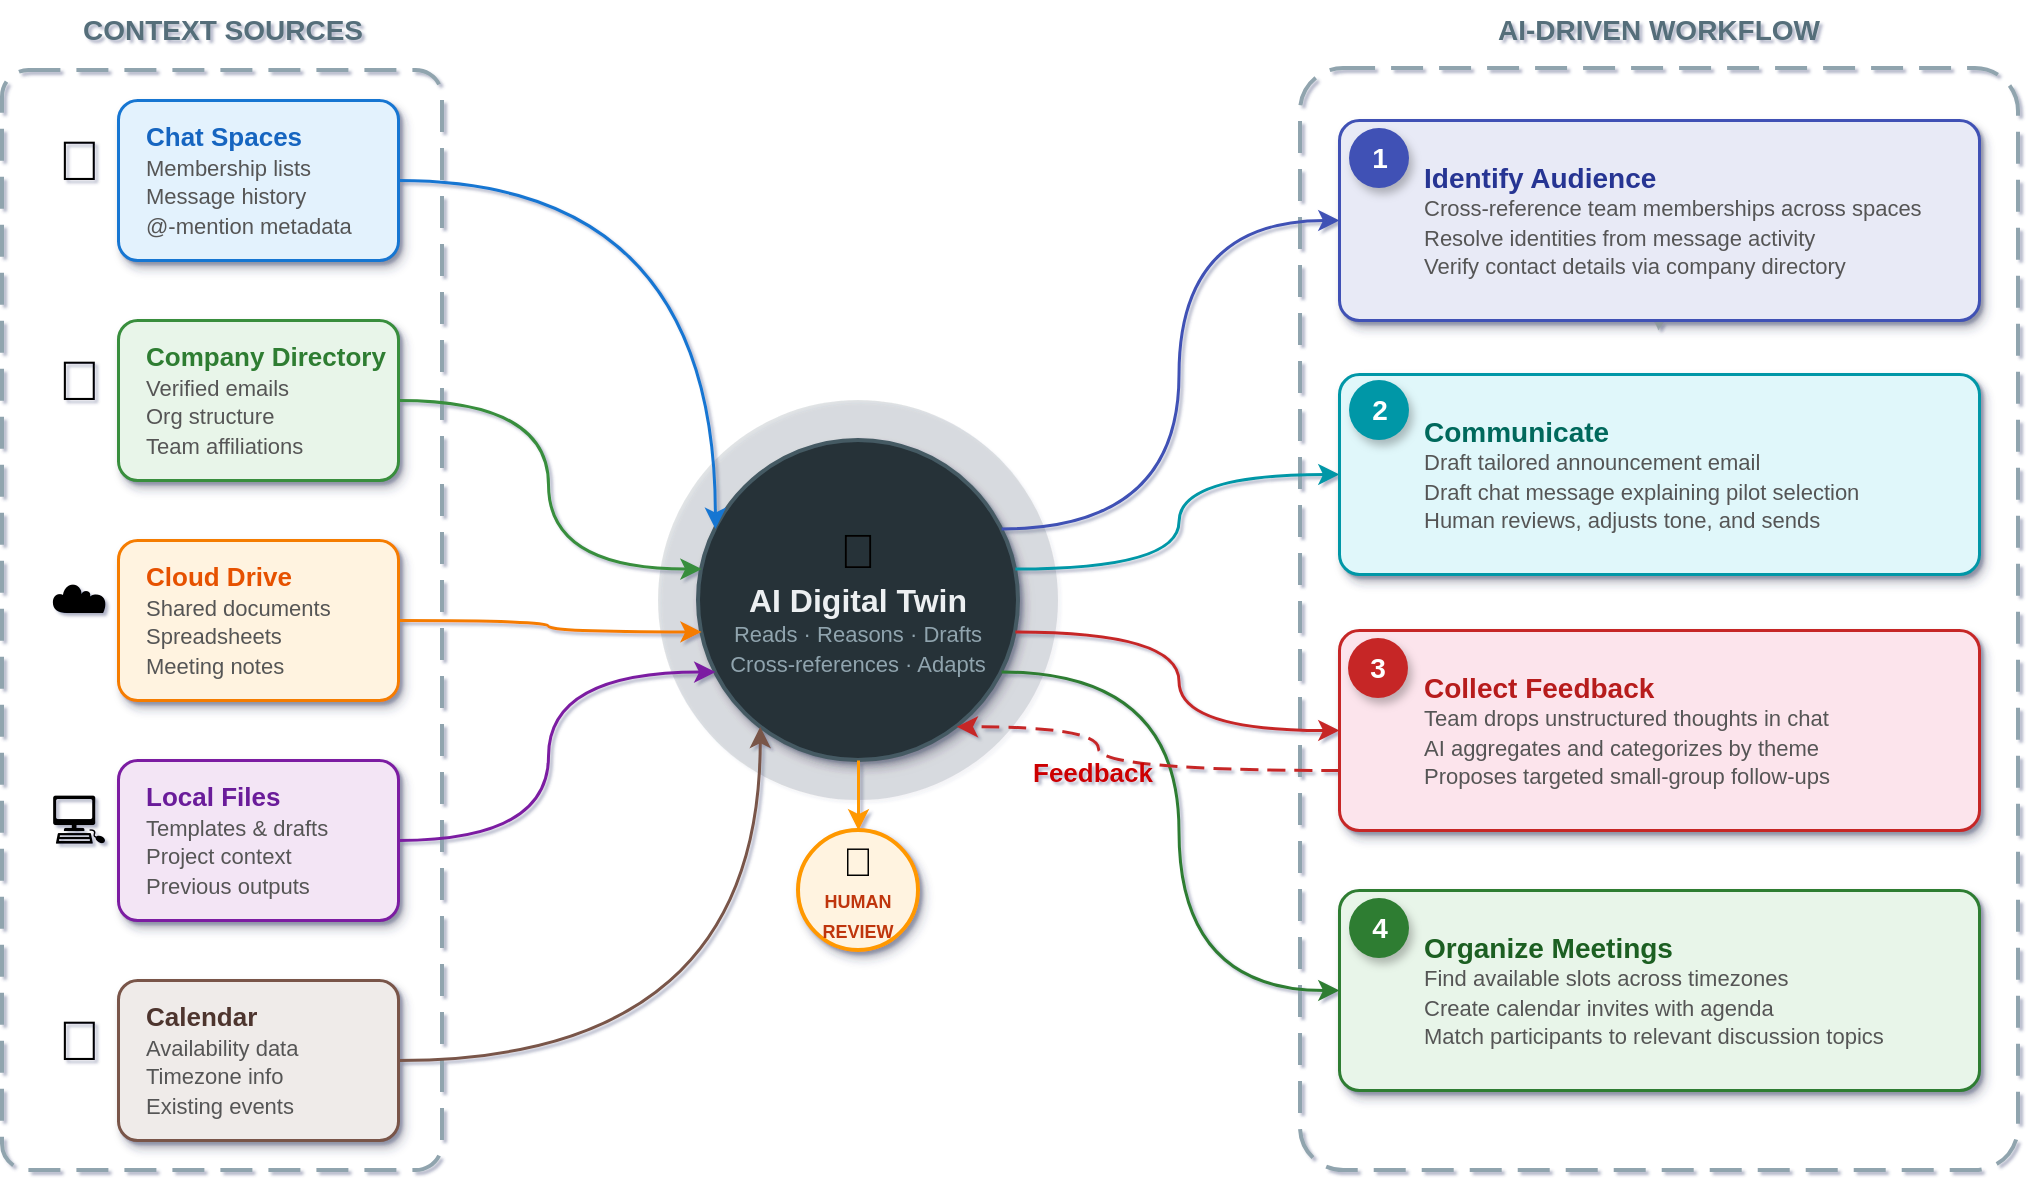
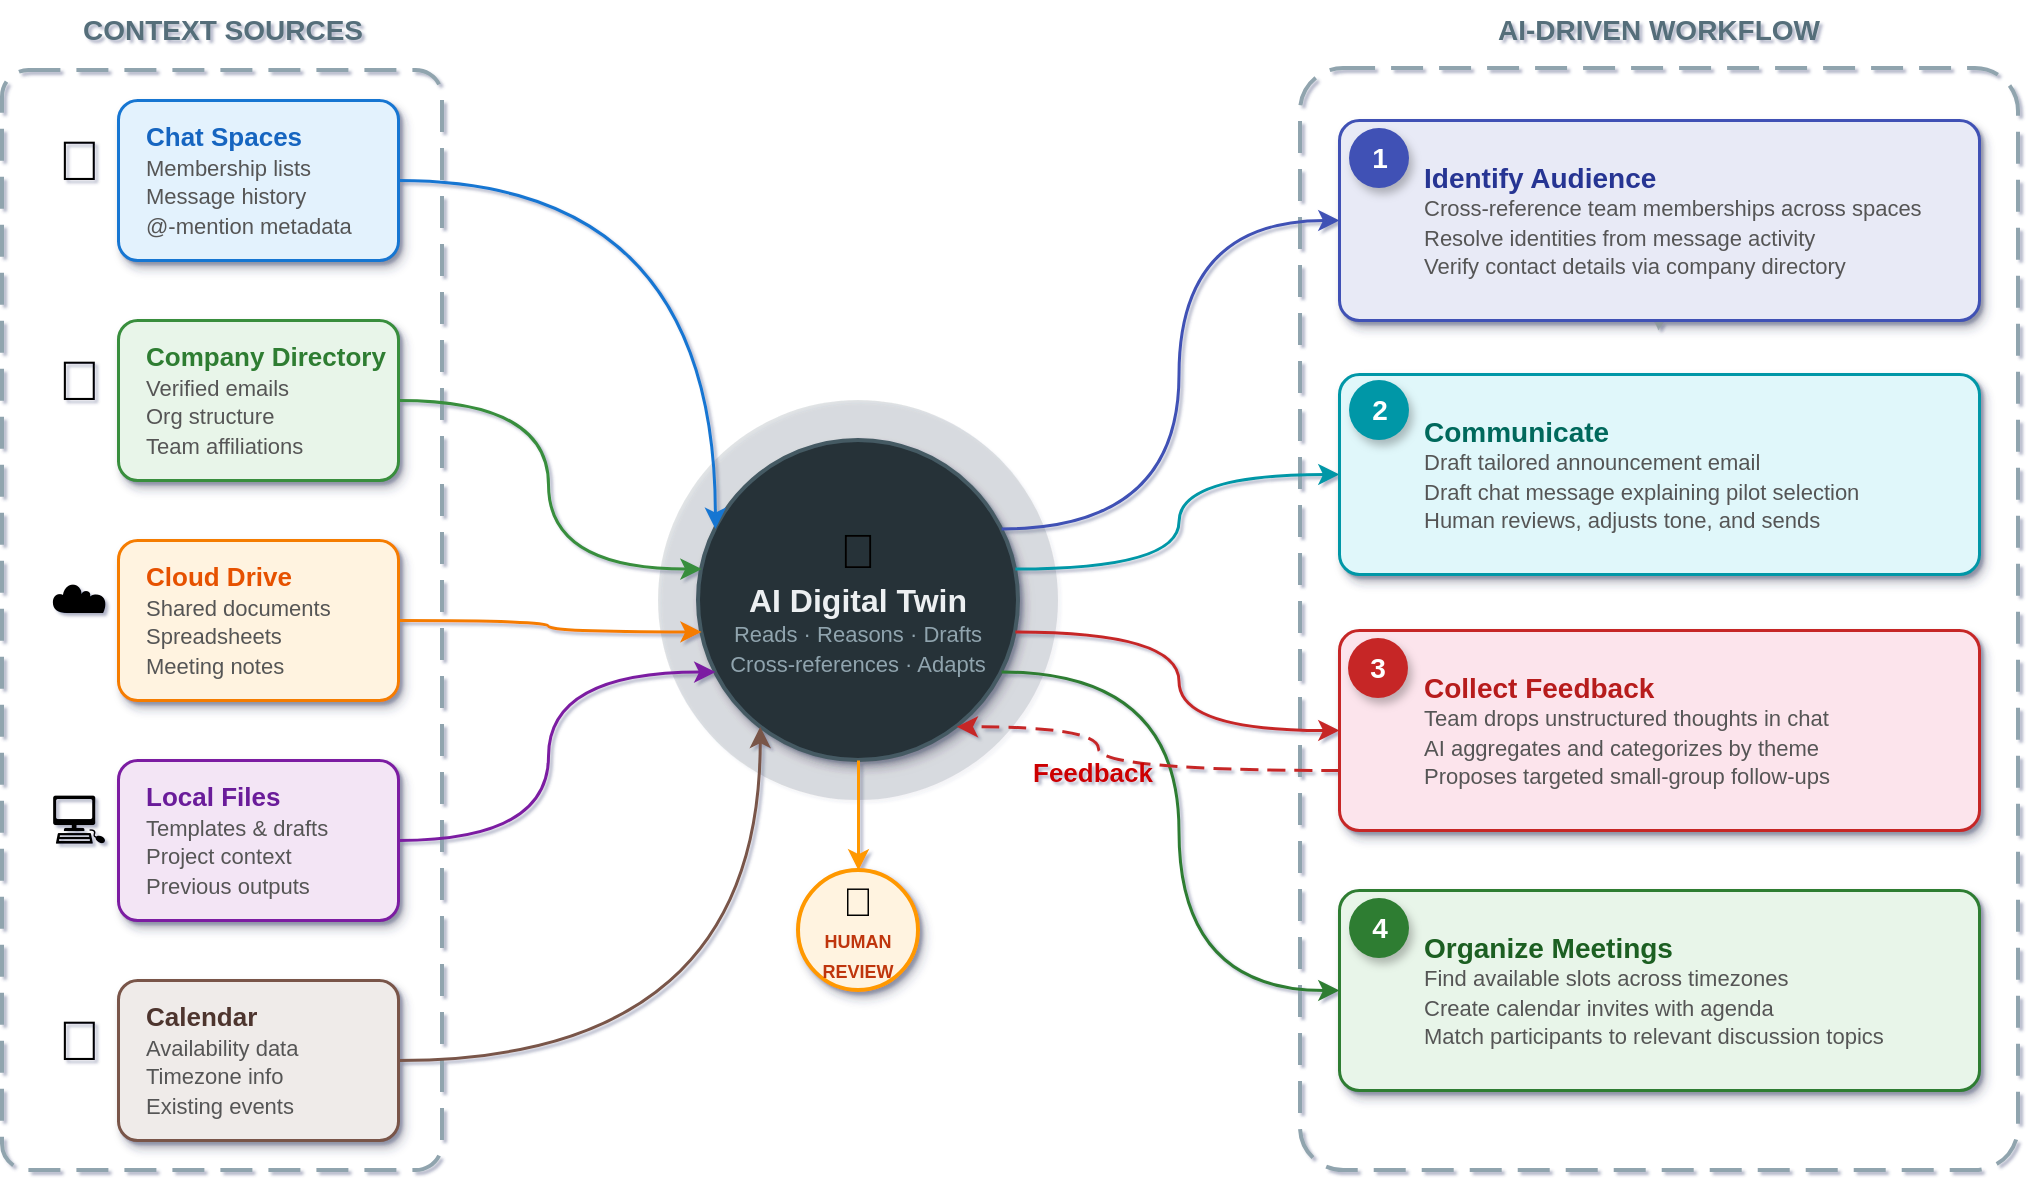
<mxfile host="app.diagrams.net" agent="Claude Code">
  <diagram name="AI Workflow" id="ai-workflow-training-pilot">
    <mxGraphModel dx="1414" dy="760" grid="1" gridSize="10" guides="1" tooltips="1" connect="1" arrows="1" fold="1" page="1" pageScale="1" pageWidth="1400" pageHeight="700" math="0" shadow="1">
      <root>
        <mxCell id="0" />
        <mxCell id="1" parent="0" />
        <mxCell id="ctx-container" parent="1" style="rounded=1;whiteSpace=wrap;html=1;fillColor=none;strokeColor=#90A4AE;strokeWidth=2;dashed=1;dashPattern=8 4;arcSize=6;" value="" vertex="1">
          <mxGeometry height="550" width="220" x="42" y="60" as="geometry" />
        </mxCell>
        <mxCell id="ctx-label" parent="1" style="text;html=1;align=center;verticalAlign=middle;resizable=0;points=[];autosize=1;strokeColor=none;fillColor=none;fontStyle=1;fontSize=14;fontColor=#546E7A;letterSpacing=2;" value="CONTEXT SOURCES" vertex="1">
          <mxGeometry height="30" width="160" x="72" y="25" as="geometry" />
        </mxCell>
        <mxCell id="ctx-chat-icon" parent="1" style="text;html=1;align=center;verticalAlign=middle;resizable=0;points=[];autosize=1;strokeColor=none;fillColor=none;fontSize=28;" value="💬" vertex="1">
          <mxGeometry height="50" width="50" x="55" y="80" as="geometry" />
        </mxCell>
        <mxCell id="ctx-chat" parent="1" style="rounded=1;whiteSpace=wrap;html=1;fillColor=#E3F2FD;strokeColor=#1976D2;strokeWidth=1.5;arcSize=12;shadow=1;align=left;spacingLeft=12;verticalAlign=middle;" value="&lt;b style=&#39;font-size:13px;color:#1565C0&#39;&gt;Chat Spaces&lt;/b&gt;&lt;br&gt;&lt;span style=&#39;font-size:11px;color:#555&#39;&gt;Membership lists&lt;br&gt;Message history&lt;br&gt;@-mention metadata&lt;/span&gt;" vertex="1">
          <mxGeometry height="80" width="140" x="100" y="75" as="geometry" />
        </mxCell>
        <mxCell id="ctx-dir-icon" parent="1" style="text;html=1;align=center;verticalAlign=middle;resizable=0;points=[];autosize=1;strokeColor=none;fillColor=none;fontSize=28;" value="📇" vertex="1">
          <mxGeometry height="50" width="50" x="55" y="190" as="geometry" />
        </mxCell>
        <mxCell id="ctx-dir" parent="1" style="rounded=1;whiteSpace=wrap;html=1;fillColor=#E8F5E9;strokeColor=#388E3C;strokeWidth=1.5;arcSize=12;shadow=1;align=left;spacingLeft=12;verticalAlign=middle;" value="&lt;b style=&#39;font-size:13px;color:#2E7D32&#39;&gt;Company Directory&lt;/b&gt;&lt;br&gt;&lt;span style=&#39;font-size:11px;color:#555&#39;&gt;Verified emails&lt;br&gt;Org structure&lt;br&gt;Team affiliations&lt;/span&gt;" vertex="1">
          <mxGeometry height="80" width="140" x="100" y="185" as="geometry" />
        </mxCell>
        <mxCell id="ctx-drive-icon" parent="1" style="text;html=1;align=center;verticalAlign=middle;resizable=0;points=[];autosize=1;strokeColor=none;fillColor=none;fontSize=28;" value="☁️" vertex="1">
          <mxGeometry height="50" width="50" x="55" y="300" as="geometry" />
        </mxCell>
        <mxCell id="ctx-drive" parent="1" style="rounded=1;whiteSpace=wrap;html=1;fillColor=#FFF3E0;strokeColor=#F57C00;strokeWidth=1.5;arcSize=12;shadow=1;align=left;spacingLeft=12;verticalAlign=middle;" value="&lt;b style=&#39;font-size:13px;color:#E65100&#39;&gt;Cloud Drive&lt;/b&gt;&lt;br&gt;&lt;span style=&#39;font-size:11px;color:#555&#39;&gt;Shared documents&lt;br&gt;Spreadsheets&lt;br&gt;Meeting notes&lt;/span&gt;" vertex="1">
          <mxGeometry height="80" width="140" x="100" y="295" as="geometry" />
        </mxCell>
        <mxCell id="ctx-local-icon" parent="1" style="text;html=1;align=center;verticalAlign=middle;resizable=0;points=[];autosize=1;strokeColor=none;fillColor=none;fontSize=28;" value="💻" vertex="1">
          <mxGeometry height="50" width="50" x="55" y="410" as="geometry" />
        </mxCell>
        <mxCell id="ctx-local" parent="1" style="rounded=1;whiteSpace=wrap;html=1;fillColor=#F3E5F5;strokeColor=#7B1FA2;strokeWidth=1.5;arcSize=12;shadow=1;align=left;spacingLeft=12;verticalAlign=middle;" value="&lt;b style=&#39;font-size:13px;color:#6A1B9A&#39;&gt;Local Files&lt;/b&gt;&lt;br&gt;&lt;span style=&#39;font-size:11px;color:#555&#39;&gt;Templates &amp; drafts&lt;br&gt;Project context&lt;br&gt;Previous outputs&lt;/span&gt;" vertex="1">
          <mxGeometry height="80" width="140" x="100" y="405" as="geometry" />
        </mxCell>
        <mxCell id="ctx-cal-icon" parent="1" style="text;html=1;align=center;verticalAlign=middle;resizable=0;points=[];autosize=1;strokeColor=none;fillColor=none;fontSize=28;" value="📅" vertex="1">
          <mxGeometry height="50" width="50" x="55" y="520" as="geometry" />
        </mxCell>
        <mxCell id="ctx-cal" parent="1" style="rounded=1;whiteSpace=wrap;html=1;fillColor=#EFEBE9;strokeColor=#795548;strokeWidth=1.5;arcSize=12;shadow=1;align=left;spacingLeft=12;verticalAlign=middle;" value="&lt;b style=&#39;font-size:13px;color:#4E342E&#39;&gt;Calendar&lt;/b&gt;&lt;br&gt;&lt;span style=&#39;font-size:11px;color:#555&#39;&gt;Availability data&lt;br&gt;Timezone info&lt;br&gt;Existing events&lt;/span&gt;" vertex="1">
          <mxGeometry height="80" width="140" x="100" y="515" as="geometry" />
        </mxCell>
        <mxCell id="ai-glow" parent="1" style="ellipse;whiteSpace=wrap;html=1;fillColor=#37474F;strokeColor=none;opacity=15;" value="" vertex="1">
          <mxGeometry height="200" width="200" x="370" y="225" as="geometry" />
        </mxCell>
        <mxCell id="ai" parent="1" style="ellipse;whiteSpace=wrap;html=1;fillColor=#263238;strokeColor=#455A64;strokeWidth=2;shadow=1;" value="&lt;span style=&#39;font-size:24px&#39;&gt;🤖&lt;/span&gt;&lt;br&gt;&lt;b style=&#39;font-size:16px;color:#ECEFF1&#39;&gt;AI Digital Twin&lt;/b&gt;&lt;br&gt;&lt;span style=&#39;font-size:11px;color:#90A4AE&#39;&gt;Reads · Reasons · Drafts&lt;br&gt;Cross-references · Adapts&lt;/span&gt;" vertex="1">
          <mxGeometry height="160" width="160" x="390" y="245" as="geometry" />
        </mxCell>
        <mxCell id="human" parent="1" style="ellipse;whiteSpace=wrap;html=1;fillColor=#FFF3E0;strokeColor=#FF9800;strokeWidth=2;shadow=1;" value="&lt;span style=&#39;font-size:20px&#39;&gt;👤&lt;/span&gt;&lt;br&gt;&lt;b style=&#39;font-size:9px;color:#BF360C&#39;&gt;HUMAN&lt;br&gt;REVIEW&lt;/b&gt;" vertex="1">
-           <mxGeometry height="60" width="60" x="440" y="440" as="geometry" />
+           <mxGeometry height="60" width="60" x="440" y="460" as="geometry" />
        </mxCell>
        <mxCell id="e-ai-human" edge="1" parent="1" source="ai" style="edgeStyle=orthogonalEdgeStyle;strokeColor=#FF9800;strokeWidth=1.5;endArrow=classic;endSize=6;" target="human">
          <mxGeometry relative="1" as="geometry" />
        </mxCell>
        <mxCell id="e-chat-ai" edge="1" parent="1" source="ctx-chat" style="edgeStyle=orthogonalEdgeStyle;strokeColor=#1976D2;strokeWidth=1.5;endArrow=classic;endSize=6;exitX=1;exitY=0.5;exitDx=0;exitDy=0;entryX=0;entryY=0.25;entryDx=0;entryDy=0;curved=1;" target="ai">
          <mxGeometry relative="1" as="geometry" />
        </mxCell>
        <mxCell id="e-dir-ai" edge="1" parent="1" source="ctx-dir" style="edgeStyle=orthogonalEdgeStyle;strokeColor=#388E3C;strokeWidth=1.5;endArrow=classic;endSize=6;exitX=1;exitY=0.5;exitDx=0;exitDy=0;entryX=0;entryY=0.4;entryDx=0;entryDy=0;curved=1;" target="ai">
          <mxGeometry relative="1" as="geometry" />
        </mxCell>
        <mxCell id="e-drive-ai" edge="1" parent="1" source="ctx-drive" style="edgeStyle=orthogonalEdgeStyle;strokeColor=#F57C00;strokeWidth=1.5;endArrow=classic;endSize=6;exitX=1;exitY=0.5;exitDx=0;exitDy=0;entryX=0;entryY=0.6;entryDx=0;entryDy=0;curved=1;" target="ai">
          <mxGeometry relative="1" as="geometry">
            <Array as="points">
              <mxPoint x="315" y="335" />
              <mxPoint x="315" y="341" />
            </Array>
          </mxGeometry>
        </mxCell>
        <mxCell id="e-local-ai" edge="1" parent="1" source="ctx-local" style="edgeStyle=orthogonalEdgeStyle;strokeColor=#7B1FA2;strokeWidth=1.5;endArrow=classic;endSize=6;exitX=1;exitY=0.5;exitDx=0;exitDy=0;entryX=0;entryY=0.75;entryDx=0;entryDy=0;curved=1;" target="ai">
          <mxGeometry relative="1" as="geometry" />
        </mxCell>
        <mxCell id="e-cal-ai" edge="1" parent="1" source="ctx-cal" style="edgeStyle=orthogonalEdgeStyle;strokeColor=#795548;strokeWidth=1.5;endArrow=classic;endSize=6;exitX=1;exitY=0.5;exitDx=0;exitDy=0;entryX=0.15;entryY=0.95;entryDx=0;entryDy=0;curved=1;" target="ai">
          <mxGeometry relative="1" as="geometry" />
        </mxCell>
        <mxCell id="out-container" parent="1" style="rounded=1;whiteSpace=wrap;html=1;fillColor=none;strokeColor=#90A4AE;strokeWidth=2;dashed=1;dashPattern=8 4;arcSize=6;" value="" vertex="1">
          <mxGeometry height="551" width="359" x="691" y="59" as="geometry" />
        </mxCell>
        <mxCell id="out-label" parent="1" style="text;html=1;align=center;verticalAlign=middle;resizable=0;points=[];autosize=1;strokeColor=none;fillColor=none;fontStyle=1;fontSize=14;fontColor=#546E7A;letterSpacing=2;" value="AI-DRIVEN WORKFLOW" vertex="1">
          <mxGeometry height="30" width="190" x="775" y="25" as="geometry" />
        </mxCell>
        <mxCell id="e-p1-p2" edge="1" parent="1" style="edgeStyle=orthogonalEdgeStyle;strokeColor=#B0BEC5;strokeWidth=1.5;endArrow=classic;endSize=5;dashed=0;">
          <mxGeometry relative="1" as="geometry">
            <mxPoint x="870" y="170" as="sourcePoint" />
            <mxPoint x="870" y="190" as="targetPoint" />
          </mxGeometry>
        </mxCell>
        <mxCell id="e-p2-p3" edge="1" parent="1" style="edgeStyle=orthogonalEdgeStyle;strokeColor=#B0BEC5;strokeWidth=1.5;endArrow=classic;endSize=5;dashed=0;">
          <mxGeometry relative="1" as="geometry">
            <mxPoint x="870" y="290" as="sourcePoint" />
            <mxPoint x="870" y="310" as="targetPoint" />
          </mxGeometry>
        </mxCell>
        <mxCell id="e-p3-p4" edge="1" parent="1" style="edgeStyle=orthogonalEdgeStyle;strokeColor=#B0BEC5;strokeWidth=1.5;endArrow=classic;endSize=5;dashed=0;">
          <mxGeometry relative="1" as="geometry">
            <mxPoint x="870" y="410" as="sourcePoint" />
            <mxPoint x="870" y="430" as="targetPoint" />
          </mxGeometry>
        </mxCell>
        <mxCell id="e-ai-p1" edge="1" parent="1" source="ai" style="edgeStyle=orthogonalEdgeStyle;strokeColor=#3F51B5;strokeWidth=1.5;endArrow=classic;endSize=6;exitX=1;exitY=0.25;exitDx=0;exitDy=0;entryX=0;entryY=0.5;entryDx=0;entryDy=0;curved=1;" target="p1">
          <mxGeometry relative="1" as="geometry" />
        </mxCell>
        <mxCell id="e-ai-p2" edge="1" parent="1" source="ai" style="edgeStyle=orthogonalEdgeStyle;strokeColor=#0097A7;strokeWidth=1.5;endArrow=classic;endSize=6;exitX=1;exitY=0.4;exitDx=0;exitDy=0;entryX=0;entryY=0.5;entryDx=0;entryDy=0;curved=1;" target="p2">
          <mxGeometry relative="1" as="geometry" />
        </mxCell>
        <mxCell id="e-ai-p3" edge="1" parent="1" source="ai" style="edgeStyle=orthogonalEdgeStyle;strokeColor=#C62828;strokeWidth=1.5;endArrow=classic;endSize=6;exitX=1;exitY=0.6;exitDx=0;exitDy=0;entryX=0;entryY=0.5;entryDx=0;entryDy=0;curved=1;" target="p3">
          <mxGeometry relative="1" as="geometry" />
        </mxCell>
        <mxCell id="e-ai-p4" edge="1" parent="1" source="ai" style="edgeStyle=orthogonalEdgeStyle;strokeColor=#2E7D32;strokeWidth=1.5;endArrow=classic;endSize=6;exitX=1;exitY=0.75;exitDx=0;exitDy=0;entryX=0;entryY=0.5;entryDx=0;entryDy=0;curved=1;" target="p4">
          <mxGeometry relative="1" as="geometry" />
        </mxCell>
        <mxCell id="e-feedback" edge="1" parent="1" source="p3" style="edgeStyle=orthogonalEdgeStyle;strokeColor=#C62828;strokeWidth=1.5;endArrow=classic;endSize=6;dashed=1;dashPattern=6 3;curved=1;exitX=0;exitY=0.7;exitDx=0;exitDy=0;entryX=0.85;entryY=0.95;entryDx=0;entryDy=0;" target="ai" value="">
          <mxGeometry relative="1" x="0.2731" y="-30" as="geometry">
            <mxPoint as="offset" />
            <Array as="points">
              <mxPoint x="590" y="410" />
              <mxPoint x="590" y="388" />
            </Array>
          </mxGeometry>
        </mxCell>
        <mxCell id="v80cYjdLCM6fnxL_f8Wa-6" connectable="0" parent="e-feedback" style="edgeLabel;html=1;align=center;verticalAlign=middle;resizable=0;points=[];labelBackgroundColor=none;fontStyle=1;fontColor=#CC0000;" value="&lt;font style=&quot;font-size: 13px;&quot;&gt;Feedback&lt;/font&gt;" vertex="1">
          <mxGeometry relative="1" x="-0.067" y="-6" as="geometry">
            <mxPoint x="-24" y="7" as="offset" />
          </mxGeometry>
        </mxCell>
        <mxCell id="v80cYjdLCM6fnxL_f8Wa-1" connectable="0" parent="1" style="group" value="" vertex="1">
          <mxGeometry height="100" width="320" x="710.5" y="85" as="geometry" />
        </mxCell>
        <mxCell id="p1" parent="v80cYjdLCM6fnxL_f8Wa-1" style="rounded=1;whiteSpace=wrap;html=1;fillColor=#E8EAF6;strokeColor=#3F51B5;strokeWidth=1.5;arcSize=10;shadow=1;align=left;spacingLeft=40;verticalAlign=middle;" value="&lt;b style=&#39;font-size:14px;color:#283593&#39;&gt;Identify Audience&lt;/b&gt;&lt;br&gt;&lt;span style=&#39;font-size:11px;color:#555&#39;&gt;Cross-reference team memberships across spaces&lt;br&gt;Resolve identities from message activity&lt;br&gt;Verify contact details via company directory&lt;/span&gt;" vertex="1">
          <mxGeometry height="100" width="320" as="geometry" />
        </mxCell>
        <mxCell id="p1-num" parent="v80cYjdLCM6fnxL_f8Wa-1" style="ellipse;whiteSpace=wrap;html=1;fillColor=#3F51B5;strokeColor=none;fontStyle=1;fontSize=14;fontColor=#FFFFFF;shadow=1;" value="1" vertex="1">
          <mxGeometry height="30" width="30" x="5" y="4" as="geometry" />
        </mxCell>
        <mxCell id="v80cYjdLCM6fnxL_f8Wa-3" connectable="0" parent="1" style="group" value="" vertex="1">
          <mxGeometry height="100" width="320" x="710.5" y="212" as="geometry" />
        </mxCell>
        <mxCell id="p2" parent="v80cYjdLCM6fnxL_f8Wa-3" style="rounded=1;whiteSpace=wrap;html=1;fillColor=#E0F7FA;strokeColor=#0097A7;strokeWidth=1.5;arcSize=10;shadow=1;align=left;spacingLeft=40;verticalAlign=middle;" value="&lt;b style=&#39;font-size:14px;color:#00695C&#39;&gt;Communicate&lt;/b&gt;&lt;br&gt;&lt;span style=&#39;font-size:11px;color:#555&#39;&gt;Draft tailored announcement email&lt;br&gt;Draft chat message explaining pilot selection&lt;br&gt;Human reviews, adjusts tone, and sends&lt;/span&gt;" vertex="1">
          <mxGeometry height="100" width="320" as="geometry" />
        </mxCell>
        <mxCell id="p2-num" parent="v80cYjdLCM6fnxL_f8Wa-3" style="ellipse;whiteSpace=wrap;html=1;fillColor=#0097A7;strokeColor=none;fontStyle=1;fontSize=14;fontColor=#FFFFFF;shadow=1;" value="2" vertex="1">
          <mxGeometry height="30" width="30" x="5" y="3" as="geometry" />
        </mxCell>
        <mxCell id="v80cYjdLCM6fnxL_f8Wa-4" connectable="0" parent="1" style="group" value="" vertex="1">
          <mxGeometry height="100" width="320" x="710.5" y="340" as="geometry" />
        </mxCell>
        <mxCell id="p3" parent="v80cYjdLCM6fnxL_f8Wa-4" style="rounded=1;whiteSpace=wrap;html=1;fillColor=#FCE4EC;strokeColor=#C62828;strokeWidth=1.5;arcSize=10;shadow=1;align=left;spacingLeft=40;verticalAlign=middle;" value="&lt;b style=&#39;font-size:14px;color:#B71C1C&#39;&gt;Collect Feedback&lt;/b&gt;&lt;br&gt;&lt;span style=&#39;font-size:11px;color:#555&#39;&gt;Team drops unstructured thoughts in chat&lt;br&gt;AI aggregates and categorizes by theme&lt;br&gt;Proposes targeted small-group follow-ups&lt;/span&gt;" vertex="1">
          <mxGeometry height="100" width="320" as="geometry" />
        </mxCell>
        <mxCell id="p3-num" parent="v80cYjdLCM6fnxL_f8Wa-4" style="ellipse;whiteSpace=wrap;html=1;fillColor=#C62828;strokeColor=none;fontStyle=1;fontSize=14;fontColor=#FFFFFF;shadow=1;" value="3" vertex="1">
          <mxGeometry height="30" width="30" x="4.5" y="4" as="geometry" />
        </mxCell>
        <mxCell id="v80cYjdLCM6fnxL_f8Wa-5" connectable="0" parent="1" style="group" value="" vertex="1">
          <mxGeometry height="100" width="320" x="710.5" y="470" as="geometry" />
        </mxCell>
        <mxCell id="p4" parent="v80cYjdLCM6fnxL_f8Wa-5" style="rounded=1;whiteSpace=wrap;html=1;fillColor=#E8F5E9;strokeColor=#2E7D32;strokeWidth=1.5;arcSize=10;shadow=1;align=left;spacingLeft=40;verticalAlign=middle;" value="&lt;b style=&#39;font-size:14px;color:#1B5E20&#39;&gt;Organize Meetings&lt;/b&gt;&lt;br&gt;&lt;span style=&#39;font-size:11px;color:#555&#39;&gt;Find available slots across timezones&lt;br&gt;Create calendar invites with agenda&lt;br&gt;Match participants to relevant discussion topics&lt;/span&gt;" vertex="1">
          <mxGeometry height="100" width="320" as="geometry" />
        </mxCell>
        <mxCell id="p4-num" parent="v80cYjdLCM6fnxL_f8Wa-5" style="ellipse;whiteSpace=wrap;html=1;fillColor=#2E7D32;strokeColor=none;fontStyle=1;fontSize=14;fontColor=#FFFFFF;shadow=1;" value="4" vertex="1">
          <mxGeometry height="30" width="30" x="5" y="4" as="geometry" />
        </mxCell>
      </root>
    </mxGraphModel>
  </diagram>
</mxfile>
